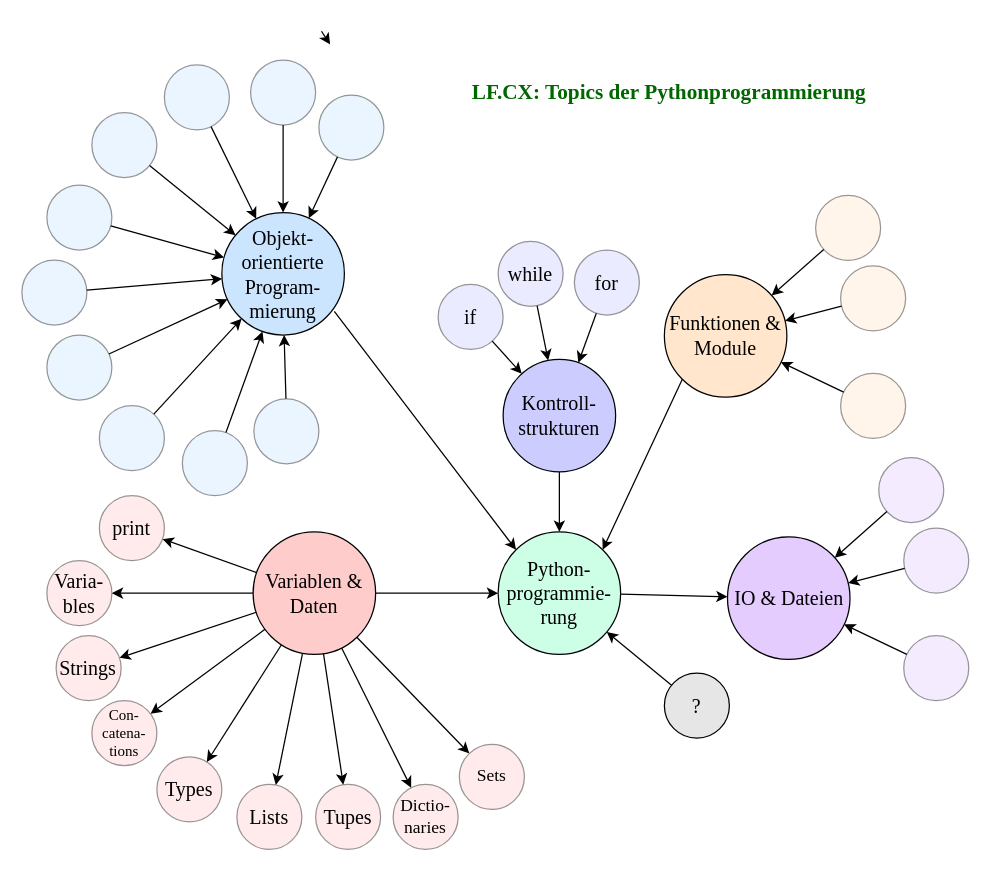
Before: sources/lf.cx/img.lf/py2go-systematic.drawio in protirone/protico.ltx, a draw.io diagram. Source tidied: cells renumbered, new cells numbered last; positions are measured from the earlier drawing's top-left corner, leaving out a move shared by most shapes. Both pictures are drawn from the tidied source at 125%, with x=0, y=0 at pixel (21, 30).
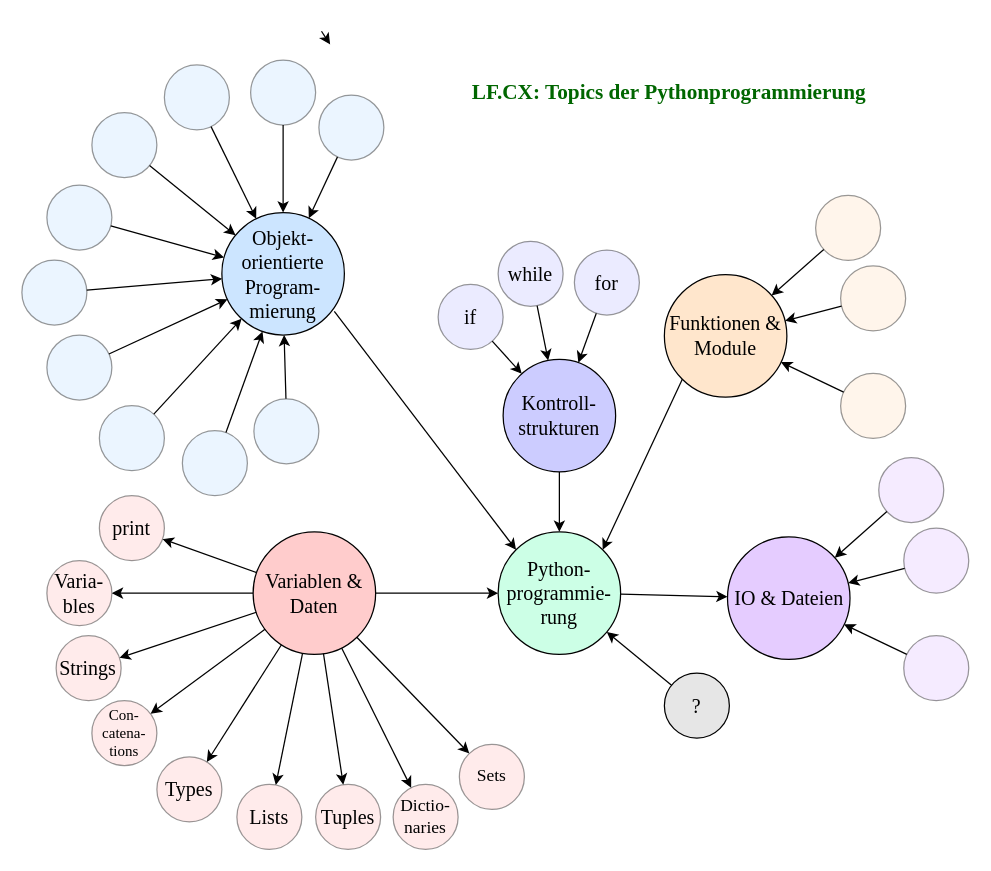
The same page after the edit.

Diff of the diagram source:
```diff
@@
-    <mxCell id="61" value="Tupes" style="ellipse;whiteSpace=wrap;html=1;shapeInside=1;fontFamily=Garamond;fontSize=16;fillColor=#FFCCCC;opacity=40;" parent="1" vertex="1">
+    <mxCell id="61" value="Tuples" style="ellipse;whiteSpace=wrap;html=1;shapeInside=1;fontFamily=Garamond;fontSize=16;fillColor=#FFCCCC;opacity=40;" parent="1" vertex="1">
       <mxGeometry x="235" y="603" width="52" height="52" as="geometry" />
     </mxCell>
```
